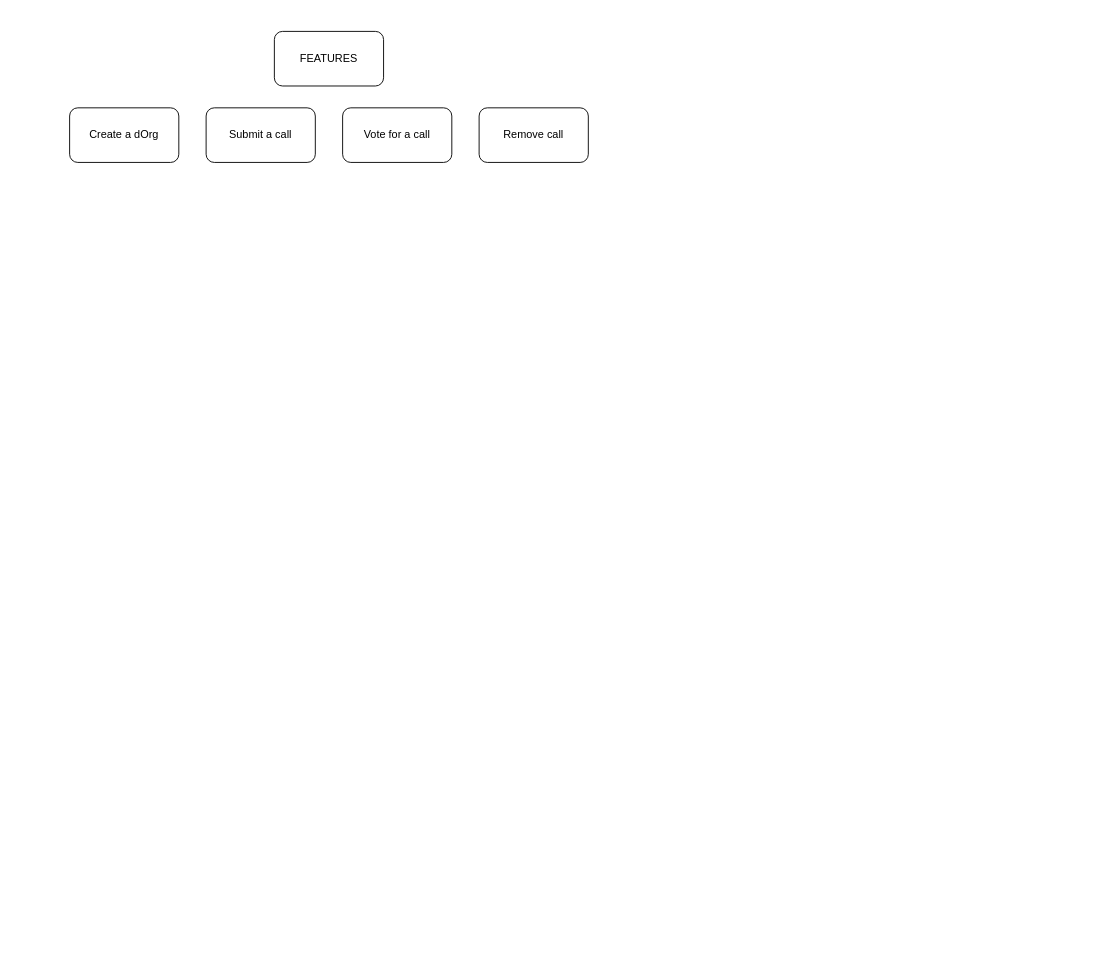
This is pallet_dorg.drawio from kabocha-network/pallet_supersig, a draw.io file, before an edit. Source tidied: cells renumbered, new cells numbered last; positions are measured from the earlier drawing's top-left corner, leaving out a move shared by most shapes. Both pictures are drawn from the tidied source at 91%, with x=0, y=0 at pixel (69, 31).
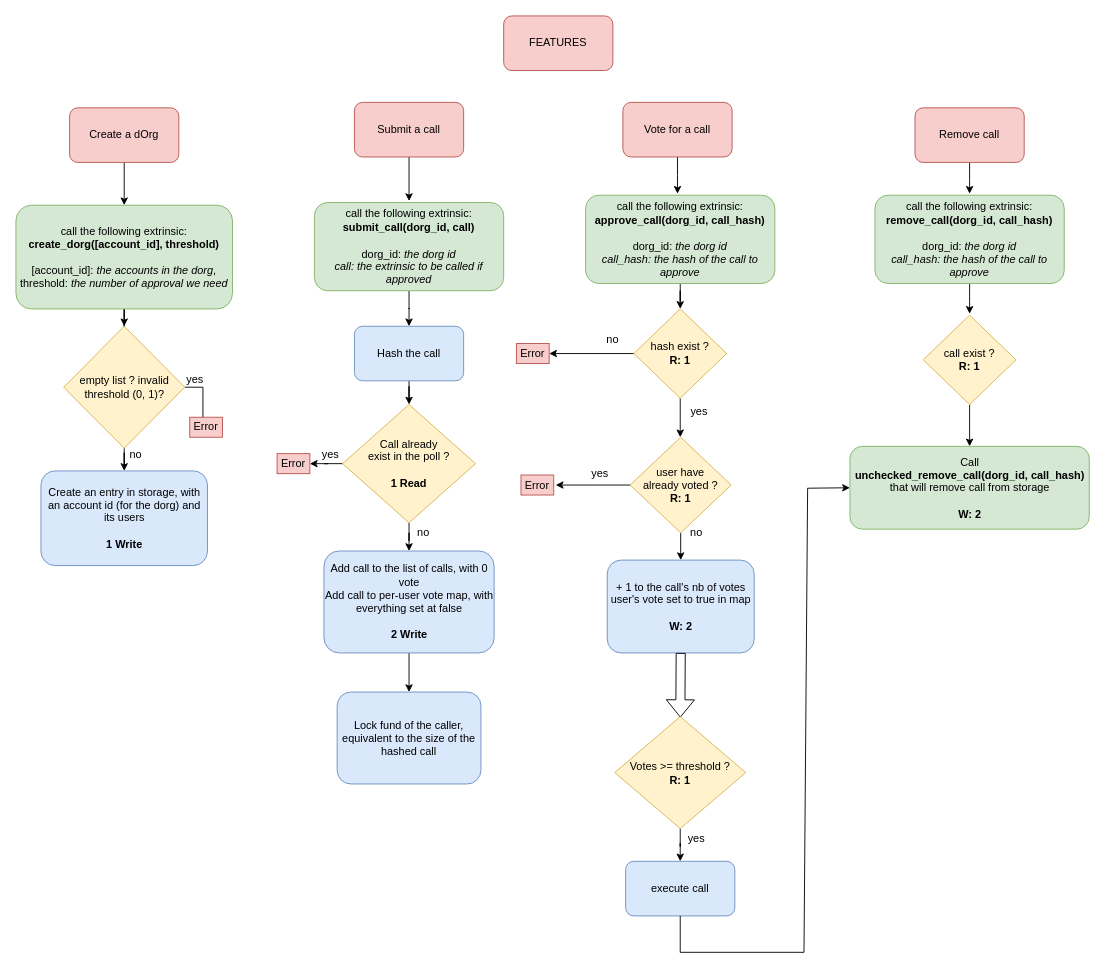
The same diagram, later.

What changed in the source:
```diff
@@
-    <mxCell id="2" value="FEATURES" style="rounded=1;whiteSpace=wrap;html=1;" parent="1" vertex="1">
-      <mxGeometry x="225" width="120" height="60" as="geometry" />
+    <mxCell id="2" value="FEATURES" style="rounded=1;whiteSpace=wrap;html=1;fillColor=#f8cecc;strokeColor=#b85450;" parent="1" vertex="1">
+      <mxGeometry x="477" y="-17" width="120" height="60" as="geometry" />
     </mxCell>
+    <mxCell id="7" style="edgeStyle=orthogonalEdgeStyle;rounded=0;jettySize=auto;html=1;entryX=0.5;entryY=0;entryDx=0;entryDy=0;fontSize=12;" parent="1" edge="1" source="3" target="12">
+      <mxGeometry relative="1" as="geometry" />
+    </mxCell>
-    <mxCell id="3" value="Create a dOrg" style="rounded=1;whiteSpace=wrap;html=1;" parent="1" vertex="1">
+    <mxCell id="3" value="Create a dOrg" style="rounded=1;whiteSpace=wrap;html=1;fillColor=#f8cecc;strokeColor=#b85450;" parent="1" vertex="1">
       <mxGeometry y="84" width="120" height="60" as="geometry" />
     </mxCell>
+    <mxCell id="8" style="edgeStyle=orthogonalEdgeStyle;rounded=0;jettySize=auto;html=1;fontSize=12;" parent="1" edge="1" source="4">
+      <mxGeometry relative="1" as="geometry">
+        <mxPoint x="373" y="186.4" as="targetPoint" />
+      </mxGeometry>
+    </mxCell>
-    <mxCell id="4" value="Submit a call" style="rounded=1;whiteSpace=wrap;html=1;" parent="1" vertex="1">
-      <mxGeometry x="150" y="84" width="120" height="60" as="geometry" />
+    <mxCell id="4" value="Submit a call" style="rounded=1;whiteSpace=wrap;html=1;fillColor=#f8cecc;strokeColor=#b85450;" parent="1" vertex="1">
+      <mxGeometry x="313" y="78" width="120" height="60" as="geometry" />
     </mxCell>
+    <mxCell id="9" style="edgeStyle=orthogonalEdgeStyle;rounded=0;jettySize=auto;html=1;fontSize=12;" parent="1" edge="1" source="5">
+      <mxGeometry relative="1" as="geometry">
+        <mxPoint x="668" y="178.4" as="targetPoint" />
+      </mxGeometry>
+    </mxCell>
-    <mxCell id="5" value="Vote for a call" style="rounded=1;whiteSpace=wrap;html=1;" parent="1" vertex="1">
-      <mxGeometry x="300" y="84" width="120" height="60" as="geometry" />
+    <mxCell id="5" value="Vote for a call" style="rounded=1;whiteSpace=wrap;html=1;fillColor=#f8cecc;strokeColor=#b85450;" parent="1" vertex="1">
+      <mxGeometry x="608" y="78" width="120" height="60" as="geometry" />
     </mxCell>
+    <mxCell id="10" style="edgeStyle=orthogonalEdgeStyle;rounded=0;jettySize=auto;html=1;fontSize=12;" parent="1" edge="1" source="6">
+      <mxGeometry relative="1" as="geometry">
+        <mxPoint x="989" y="178.4" as="targetPoint" />
+      </mxGeometry>
+    </mxCell>
-    <mxCell id="6" value="Remove call" style="rounded=1;whiteSpace=wrap;html=1;" parent="1" vertex="1">
-      <mxGeometry x="450" y="84" width="120" height="60" as="geometry" />
+    <mxCell id="6" value="Remove call" style="rounded=1;whiteSpace=wrap;html=1;fillColor=#f8cecc;strokeColor=#b85450;" parent="1" vertex="1">
+      <mxGeometry x="929" y="84" width="120" height="60" as="geometry" />
     </mxCell>
+    <mxCell id="11" style="edgeStyle=orthogonalEdgeStyle;rounded=0;jettySize=auto;html=1;fontSize=12;" parent="1" edge="1" source="12" target="16">
+      <mxGeometry relative="1" as="geometry" />
+    </mxCell>
+    <mxCell id="12" value="&lt;div&gt;call the following extrinsic:&lt;br&gt;&lt;b&gt;&lt;/b&gt;&lt;/div&gt;&lt;div&gt;&lt;b&gt;create_dorg([account_id], threshold)&lt;/b&gt;&lt;/div&gt;&lt;div&gt;&lt;br&gt;&lt;/div&gt;&lt;div&gt;[account_id]: &lt;font style=&quot;font-size: 12px;&quot;&gt;&lt;i&gt;the accounts in the dorg&lt;/i&gt;&lt;/font&gt;,&lt;/div&gt;&lt;div&gt;threshold: &lt;font style=&quot;font-size: 9px;&quot;&gt;&lt;i&gt;&lt;font style=&quot;font-size: 12px;&quot;&gt;the number of approval we need &lt;/font&gt;&lt;br&gt;&lt;/i&gt;&lt;/font&gt;&lt;/div&gt;" style="rounded=1;whiteSpace=wrap;html=1;fillColor=#d5e8d4;strokeColor=#82b366;" parent="1" vertex="1">
+      <mxGeometry x="-59" y="191" width="238" height="114" as="geometry" />
+    </mxCell>
+    <mxCell id="13" value="&lt;div&gt;Create an entry in storage, with an account id (for the dorg) and its users&lt;/div&gt;&lt;div&gt;&lt;br&gt;&lt;/div&gt;&lt;b&gt;1 Write&lt;/b&gt;" style="rounded=1;whiteSpace=wrap;html=1;fontSize=12;fillColor=#dae8fc;strokeColor=#6c8ebf;" parent="1" vertex="1">
+      <mxGeometry x="-31.5" y="483" width="183" height="104" as="geometry" />
+    </mxCell>
+    <mxCell id="14" style="edgeStyle=orthogonalEdgeStyle;rounded=0;jettySize=auto;html=1;entryX=0.5;entryY=0;entryDx=0;entryDy=0;fontSize=12;" parent="1" edge="1" source="16" target="13">
+      <mxGeometry relative="1" as="geometry" />
+    </mxCell>
+    <mxCell id="15" style="edgeStyle=orthogonalEdgeStyle;rounded=0;jettySize=auto;html=1;fontSize=12;" parent="1" edge="1" source="16" target="17">
+      <mxGeometry relative="1" as="geometry" />
+    </mxCell>
+    <mxCell id="16" value="&lt;div&gt;empty list ? invalid threshold (0, 1)?&lt;br&gt;&lt;/div&gt;" style="rhombus;whiteSpace=wrap;html=1;fontSize=12;fillColor=#fff2cc;strokeColor=#d6b656;" parent="1" vertex="1">
+      <mxGeometry x="-6.5" y="324" width="133" height="134" as="geometry" />
+    </mxCell>
+    <mxCell id="17" value="Error" style="rounded=0;whiteSpace=wrap;html=1;fontSize=12;fillColor=#f8cecc;strokeColor=#b85450;" parent="1" vertex="1">
+      <mxGeometry x="132" y="424" width="36" height="22" as="geometry" />
+    </mxCell>
+    <mxCell id="18" value="no" style="text;html=1;strokeColor=none;fillColor=none;align=center;verticalAlign=middle;whiteSpace=wrap;rounded=0;fontSize=12;" parent="1" vertex="1">
+      <mxGeometry x="43" y="450" width="60" height="30" as="geometry" />
+    </mxCell>
+    <mxCell id="19" value="yes" style="text;html=1;strokeColor=none;fillColor=none;align=center;verticalAlign=middle;whiteSpace=wrap;rounded=0;fontSize=12;" parent="1" vertex="1">
+      <mxGeometry x="108" y="368" width="60" height="30" as="geometry" />
+    </mxCell>
+    <mxCell id="20" style="edgeStyle=orthogonalEdgeStyle;rounded=0;jettySize=auto;html=1;entryX=0.5;entryY=0;entryDx=0;entryDy=0;fontSize=12;" parent="1" edge="1" source="21" target="23">
+      <mxGeometry relative="1" as="geometry" />
+    </mxCell>
+    <mxCell id="21" value="&lt;div&gt;call the following extrinsic:&lt;/div&gt;&lt;div&gt;&lt;b&gt;submit_call(dorg_id, call)&lt;/b&gt;&lt;br&gt;&lt;/div&gt;&lt;div&gt;&lt;br&gt;&lt;/div&gt;&lt;div&gt;dorg_id: &lt;i&gt;the dorg id&lt;/i&gt;&lt;/div&gt;&lt;div&gt;&lt;i&gt;call: the extrinsic to be called if approved&lt;/i&gt;&lt;br&gt;&lt;/div&gt;" style="rounded=1;whiteSpace=wrap;html=1;fontSize=12;fillColor=#d5e8d4;strokeColor=#82b366;" parent="1" vertex="1">
+      <mxGeometry x="269" y="188" width="208" height="97" as="geometry" />
+    </mxCell>
+    <mxCell id="22" style="edgeStyle=orthogonalEdgeStyle;rounded=0;jettySize=auto;html=1;fontSize=12;" parent="1" edge="1" source="23" target="26">
+      <mxGeometry relative="1" as="geometry" />
+    </mxCell>
+    <mxCell id="23" value="Hash the call" style="rounded=1;whiteSpace=wrap;html=1;fontSize=12;fillColor=#dae8fc;strokeColor=#6c8ebf;" parent="1" vertex="1">
+      <mxGeometry x="313" y="324" width="120" height="60" as="geometry" />
+    </mxCell>
+    <mxCell id="24" style="edgeStyle=orthogonalEdgeStyle;rounded=0;jettySize=auto;html=1;fontSize=12;" parent="1" edge="1" source="26" target="28">
+      <mxGeometry relative="1" as="geometry" />
+    </mxCell>
+    <mxCell id="25" style="edgeStyle=orthogonalEdgeStyle;rounded=0;jettySize=auto;html=1;entryX=1;entryY=0.5;entryDx=0;entryDy=0;fontSize=12;" parent="1" edge="1" source="26" target="29">
+      <mxGeometry relative="1" as="geometry" />
+    </mxCell>
+    <mxCell id="26" value="&lt;div&gt;Call already&lt;/div&gt;&lt;div&gt;exist in the poll ?&lt;/div&gt;&lt;div&gt;&lt;br&gt;&lt;/div&gt;&lt;div&gt;&lt;b&gt;1 Read&lt;/b&gt;&lt;br&gt;&lt;/div&gt;" style="rhombus;whiteSpace=wrap;html=1;fontSize=12;fillColor=#fff2cc;strokeColor=#d6b656;" parent="1" vertex="1">
+      <mxGeometry x="300" y="410" width="146" height="130" as="geometry" />
+    </mxCell>
+    <mxCell id="27" style="edgeStyle=orthogonalEdgeStyle;rounded=0;jettySize=auto;html=1;fontSize=12;" parent="1" edge="1" source="28" target="32">
+      <mxGeometry relative="1" as="geometry" />
+    </mxCell>
+    <mxCell id="28" value="&lt;div&gt;Add call to the list of calls, with 0 vote&lt;/div&gt;&lt;div&gt;Add call to per-user vote map, with everything set at false &lt;br&gt;&lt;/div&gt;&lt;div&gt;&lt;br&gt;&lt;/div&gt;&lt;div&gt;&lt;b&gt;2 Write&lt;/b&gt;&lt;br&gt;&lt;/div&gt;" style="rounded=1;whiteSpace=wrap;html=1;fontSize=12;fillColor=#dae8fc;strokeColor=#6c8ebf;" parent="1" vertex="1">
+      <mxGeometry x="279.5" y="571" width="187" height="112" as="geometry" />
+    </mxCell>
+    <mxCell id="29" value="Error" style="rounded=0;whiteSpace=wrap;html=1;fontSize=12;fillColor=#f8cecc;strokeColor=#b85450;" parent="1" vertex="1">
+      <mxGeometry x="228" y="464" width="36" height="22" as="geometry" />
+    </mxCell>
+    <mxCell id="30" value="yes" style="text;html=1;strokeColor=none;fillColor=none;align=center;verticalAlign=middle;whiteSpace=wrap;rounded=0;fontSize=12;" parent="1" vertex="1">
+      <mxGeometry x="257" y="450" width="60" height="30" as="geometry" />
+    </mxCell>
+    <mxCell id="31" value="no" style="text;html=1;strokeColor=none;fillColor=none;align=center;verticalAlign=middle;whiteSpace=wrap;rounded=0;fontSize=12;" parent="1" vertex="1">
+      <mxGeometry x="359" y="536" width="60" height="30" as="geometry" />
+    </mxCell>
+    <mxCell id="32" value="Lock fund of the caller, equivalent to the size of the hashed call" style="rounded=1;whiteSpace=wrap;html=1;fontSize=12;fillColor=#dae8fc;strokeColor=#6c8ebf;" parent="1" vertex="1">
+      <mxGeometry x="294" y="726" width="158" height="101" as="geometry" />
+    </mxCell>
+    <mxCell id="33" style="edgeStyle=orthogonalEdgeStyle;rounded=0;jettySize=auto;html=1;fontSize=12;" parent="1" edge="1" source="34" target="37">
+      <mxGeometry relative="1" as="geometry" />
+    </mxCell>
+    <mxCell id="34" value="&lt;div&gt;call the following extrinsic:&lt;/div&gt;&lt;div&gt;&lt;b&gt;approve_call(dorg_id, call_hash)&lt;/b&gt;&lt;br&gt;&lt;/div&gt;&lt;div&gt;&lt;br&gt;&lt;/div&gt;&lt;div&gt;dorg_id: &lt;i&gt;the dorg id&lt;/i&gt;&lt;/div&gt;&lt;div&gt;&lt;i&gt;call_hash: the hash of the call to approve&lt;/i&gt;&lt;br&gt;&lt;/div&gt;" style="rounded=1;whiteSpace=wrap;html=1;fontSize=12;fillColor=#d5e8d4;strokeColor=#82b366;" parent="1" vertex="1">
+      <mxGeometry x="567" y="180" width="208" height="97" as="geometry" />
+    </mxCell>
+    <mxCell id="35" style="edgeStyle=orthogonalEdgeStyle;rounded=0;jettySize=auto;html=1;entryX=1;entryY=0.5;entryDx=0;entryDy=0;fontSize=12;" parent="1" edge="1" source="37" target="38">
+      <mxGeometry relative="1" as="geometry" />
+    </mxCell>
+    <mxCell id="36" style="edgeStyle=orthogonalEdgeStyle;rounded=0;jettySize=auto;html=1;fontSize=12;" parent="1" edge="1" source="37">
+      <mxGeometry relative="1" as="geometry">
+        <mxPoint x="671" y="446" as="targetPoint" />
+      </mxGeometry>
+    </mxCell>
+    <mxCell id="37" value="&lt;div&gt;hash exist ?&lt;/div&gt;&lt;div&gt;&lt;b&gt;R: 1&lt;/b&gt;&lt;br&gt;&lt;/div&gt;" style="rhombus;whiteSpace=wrap;html=1;fontSize=12;fillColor=#fff2cc;strokeColor=#d6b656;" parent="1" vertex="1">
+      <mxGeometry x="620" y="304.9" width="102" height="98.2" as="geometry" />
+    </mxCell>
+    <mxCell id="38" value="Error" style="rounded=0;whiteSpace=wrap;html=1;fontSize=12;fillColor=#f8cecc;strokeColor=#b85450;" parent="1" vertex="1">
+      <mxGeometry x="491" y="343" width="36" height="22" as="geometry" />
+    </mxCell>
+    <mxCell id="39" value="no" style="text;html=1;strokeColor=none;fillColor=none;align=center;verticalAlign=middle;whiteSpace=wrap;rounded=0;fontSize=12;" parent="1" vertex="1">
+      <mxGeometry x="567" y="324" width="60" height="30" as="geometry" />
+    </mxCell>
+    <mxCell id="40" value="yes" style="text;html=1;strokeColor=none;fillColor=none;align=center;verticalAlign=middle;whiteSpace=wrap;rounded=0;fontSize=12;" parent="1" vertex="1">
+      <mxGeometry x="662" y="403.1" width="60" height="30" as="geometry" />
+    </mxCell>
+    <mxCell id="41" style="edgeStyle=orthogonalEdgeStyle;rounded=0;jettySize=auto;html=1;fontSize=12;" parent="1" edge="1" source="43">
+      <mxGeometry relative="1" as="geometry">
+        <mxPoint x="534.2" y="498.5" as="targetPoint" />
+      </mxGeometry>
+    </mxCell>
+    <mxCell id="42" style="edgeStyle=orthogonalEdgeStyle;rounded=0;jettySize=auto;html=1;entryX=0.5;entryY=0;entryDx=0;entryDy=0;fontSize=12;" parent="1" edge="1" source="43" target="47">
+      <mxGeometry relative="1" as="geometry" />
+    </mxCell>
+    <mxCell id="43" value="&lt;div&gt;user have&lt;/div&gt;&lt;div&gt;already voted ?&lt;/div&gt;&lt;div&gt;&lt;b&gt;R: 1&lt;/b&gt;&lt;br&gt;&lt;/div&gt;" style="rhombus;whiteSpace=wrap;html=1;fontSize=12;fillColor=#fff2cc;strokeColor=#d6b656;" parent="1" vertex="1">
+      <mxGeometry x="616" y="446" width="111" height="105" as="geometry" />
+    </mxCell>
+    <mxCell id="44" value="Error" style="rounded=0;whiteSpace=wrap;html=1;fontSize=12;fillColor=#f8cecc;strokeColor=#b85450;" parent="1" vertex="1">
+      <mxGeometry x="496" y="487.5" width="36" height="22" as="geometry" />
+    </mxCell>
+    <mxCell id="45" value="no" style="text;html=1;strokeColor=none;fillColor=none;align=center;verticalAlign=middle;whiteSpace=wrap;rounded=0;fontSize=12;" parent="1" vertex="1">
+      <mxGeometry x="659" y="536" width="60" height="30" as="geometry" />
+    </mxCell>
+    <mxCell id="46" value="yes" style="text;html=1;strokeColor=none;fillColor=none;align=center;verticalAlign=middle;whiteSpace=wrap;rounded=0;fontSize=12;" parent="1" vertex="1">
+      <mxGeometry x="553" y="471" width="60" height="30" as="geometry" />
+    </mxCell>
+    <mxCell id="47" value="&lt;div&gt;+ 1 to the call's nb of votes&lt;/div&gt;&lt;div&gt;user's vote set to true in map&lt;/div&gt;&lt;div&gt;&lt;b&gt;&lt;br&gt;&lt;/b&gt;&lt;/div&gt;&lt;div&gt;&lt;b&gt;W: 2&lt;/b&gt;&lt;br&gt;&lt;/div&gt;" style="rounded=1;whiteSpace=wrap;html=1;fontSize=12;fillColor=#dae8fc;strokeColor=#6c8ebf;" parent="1" vertex="1">
+      <mxGeometry x="590.8" y="581" width="161.5" height="102" as="geometry" />
+    </mxCell>
+    <mxCell id="48" style="shape=flexArrow;endArrow=classic;html=1;rounded=0;fontSize=12;exitX=0.5;exitY=1;exitDx=0;exitDy=0;" parent="1" edge="1" source="47">
+      <mxGeometry relative="1" as="geometry">
+        <mxPoint x="671.1" y="754" as="targetPoint" />
+      </mxGeometry>
+    </mxCell>
+    <mxCell id="49" style="edgeStyle=orthogonalEdgeStyle;rounded=0;jettySize=auto;html=1;entryX=0.5;entryY=0;entryDx=0;entryDy=0;fontSize=12;" parent="1" edge="1" source="50" target="52">
+      <mxGeometry relative="1" as="geometry" />
+    </mxCell>
+    <mxCell id="50" value="&lt;div&gt;Votes &amp;gt;= threshold ?&lt;/div&gt;&lt;b&gt;R: 1&lt;/b&gt;" style="rhombus;whiteSpace=wrap;html=1;fontSize=12;fillColor=#fff2cc;strokeColor=#d6b656;" parent="1" vertex="1">
+      <mxGeometry x="599" y="753" width="144" height="123" as="geometry" />
+    </mxCell>
+    <mxCell id="51" value="yes" style="text;html=1;strokeColor=none;fillColor=none;align=center;verticalAlign=middle;whiteSpace=wrap;rounded=0;fontSize=12;" parent="1" vertex="1">
+      <mxGeometry x="659" y="872" width="60" height="30" as="geometry" />
+    </mxCell>
+    <mxCell id="52" value="execute call" style="rounded=1;whiteSpace=wrap;html=1;fontSize=12;fillColor=#dae8fc;strokeColor=#6c8ebf;" parent="1" vertex="1">
+      <mxGeometry x="611" y="912" width="120" height="60" as="geometry" />
+    </mxCell>
+    <mxCell id="53" style="endArrow=classic;html=1;rounded=0;fontSize=12;exitX=0.5;exitY=1;exitDx=0;exitDy=0;entryX=0;entryY=0.5;entryDx=0;entryDy=0;" parent="1" edge="1" source="52" target="58">
+      <mxGeometry relative="1" as="geometry">
+        <Array as="points">
+          <mxPoint x="671" y="1012" />
+          <mxPoint x="807" y="1012" />
+          <mxPoint x="811" y="502" />
+        </Array>
+      </mxGeometry>
+    </mxCell>
+    <mxCell id="54" style="edgeStyle=orthogonalEdgeStyle;rounded=0;jettySize=auto;html=1;entryX=0.5;entryY=0;entryDx=0;entryDy=0;fontSize=12;" parent="1" edge="1" source="55" target="58">
+      <mxGeometry relative="1" as="geometry" />
+    </mxCell>
+    <mxCell id="55" value="&lt;div&gt;call exist ?&lt;/div&gt;&lt;div&gt;&lt;b&gt;R: 1&lt;/b&gt;&lt;br&gt;&lt;/div&gt;" style="rhombus;whiteSpace=wrap;html=1;fontSize=12;fillColor=#fff2cc;strokeColor=#d6b656;" parent="1" vertex="1">
+      <mxGeometry x="938" y="311.8" width="102" height="98.2" as="geometry" />
+    </mxCell>
+    <mxCell id="56" style="edgeStyle=orthogonalEdgeStyle;rounded=0;jettySize=auto;html=1;fontSize=12;" parent="1" edge="1" source="57">
+      <mxGeometry relative="1" as="geometry">
+        <mxPoint x="989" y="310.3" as="targetPoint" />
+      </mxGeometry>
+    </mxCell>
+    <mxCell id="57" value="&lt;div&gt;call the following extrinsic:&lt;/div&gt;&lt;div&gt;&lt;b&gt;remove_call(dorg_id, call_hash)&lt;/b&gt;&lt;br&gt;&lt;/div&gt;&lt;div&gt;&lt;br&gt;&lt;/div&gt;&lt;div&gt;dorg_id: &lt;i&gt;the dorg id&lt;/i&gt;&lt;/div&gt;&lt;div&gt;&lt;i&gt;call_hash: the hash of the call to approve&lt;/i&gt;&lt;br&gt;&lt;/div&gt;" style="rounded=1;whiteSpace=wrap;html=1;fontSize=12;fillColor=#d5e8d4;strokeColor=#82b366;" parent="1" vertex="1">
+      <mxGeometry x="885" y="180" width="208" height="97" as="geometry" />
+    </mxCell>
+    <mxCell id="58" value="&lt;div&gt;Call&lt;/div&gt;&lt;div&gt;&lt;b&gt;unchecked_remove_call(dorg_id, call_hash)&lt;/b&gt;&lt;br&gt;&lt;/div&gt;&lt;div&gt;that will remove call from storage&lt;/div&gt;&lt;div&gt;&lt;br&gt;&lt;/div&gt;&lt;div&gt;&lt;b&gt;W: 2&lt;/b&gt;&lt;br&gt;&lt;/div&gt;" style="rounded=1;whiteSpace=wrap;html=1;fontSize=12;fillColor=#d5e8d4;strokeColor=#82b366;" parent="1" vertex="1">
+      <mxGeometry x="857.5" y="456" width="263" height="91" as="geometry" />
+    </mxCell>
```
